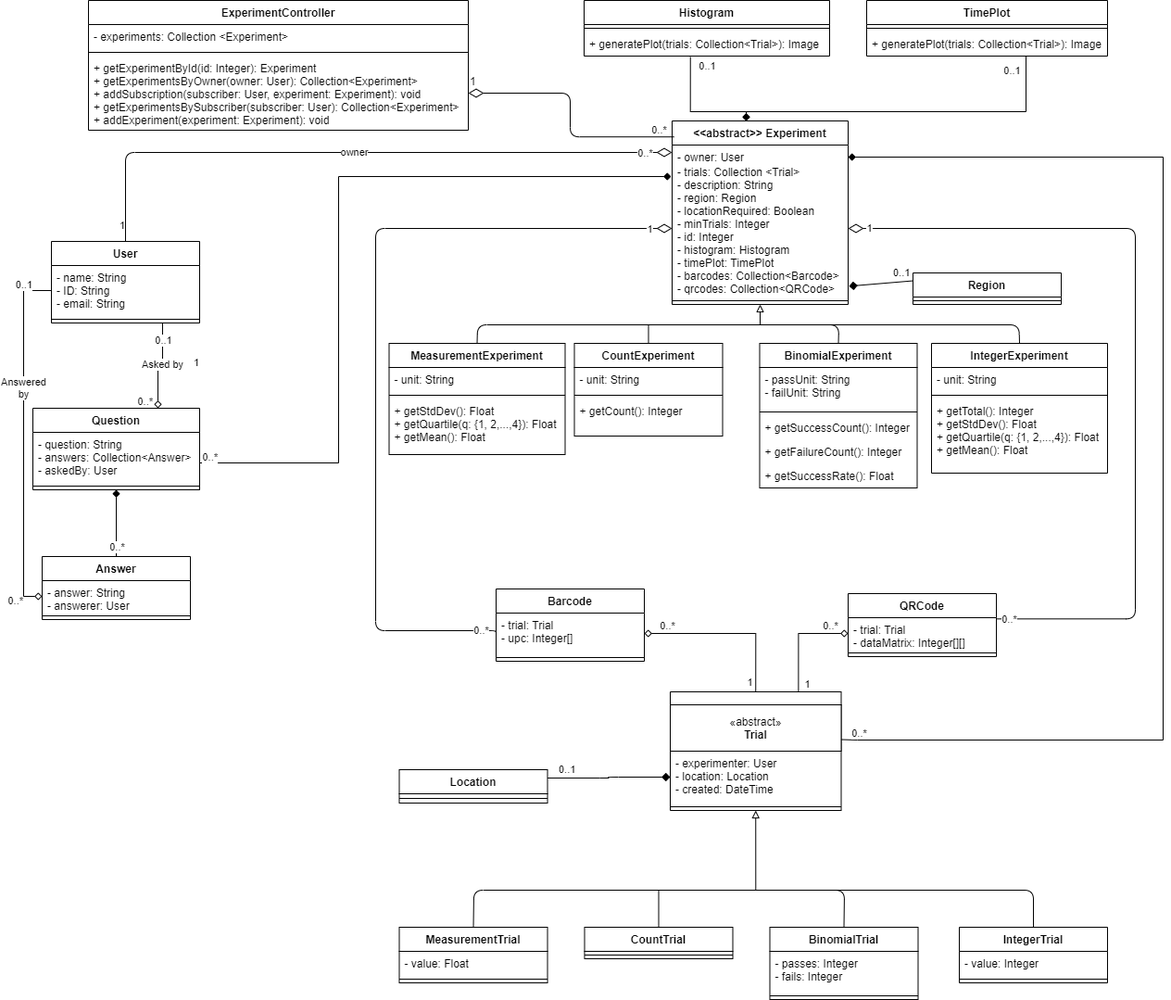
Earlier version of the draw.io export doc/Model_UML.png (CMPUT301W21T05/KrowdTrialz). Source tidied: cells renumbered, new cells last; positions are measured from the earlier drawing's top-left corner, leaving out a move shared by most shapes.
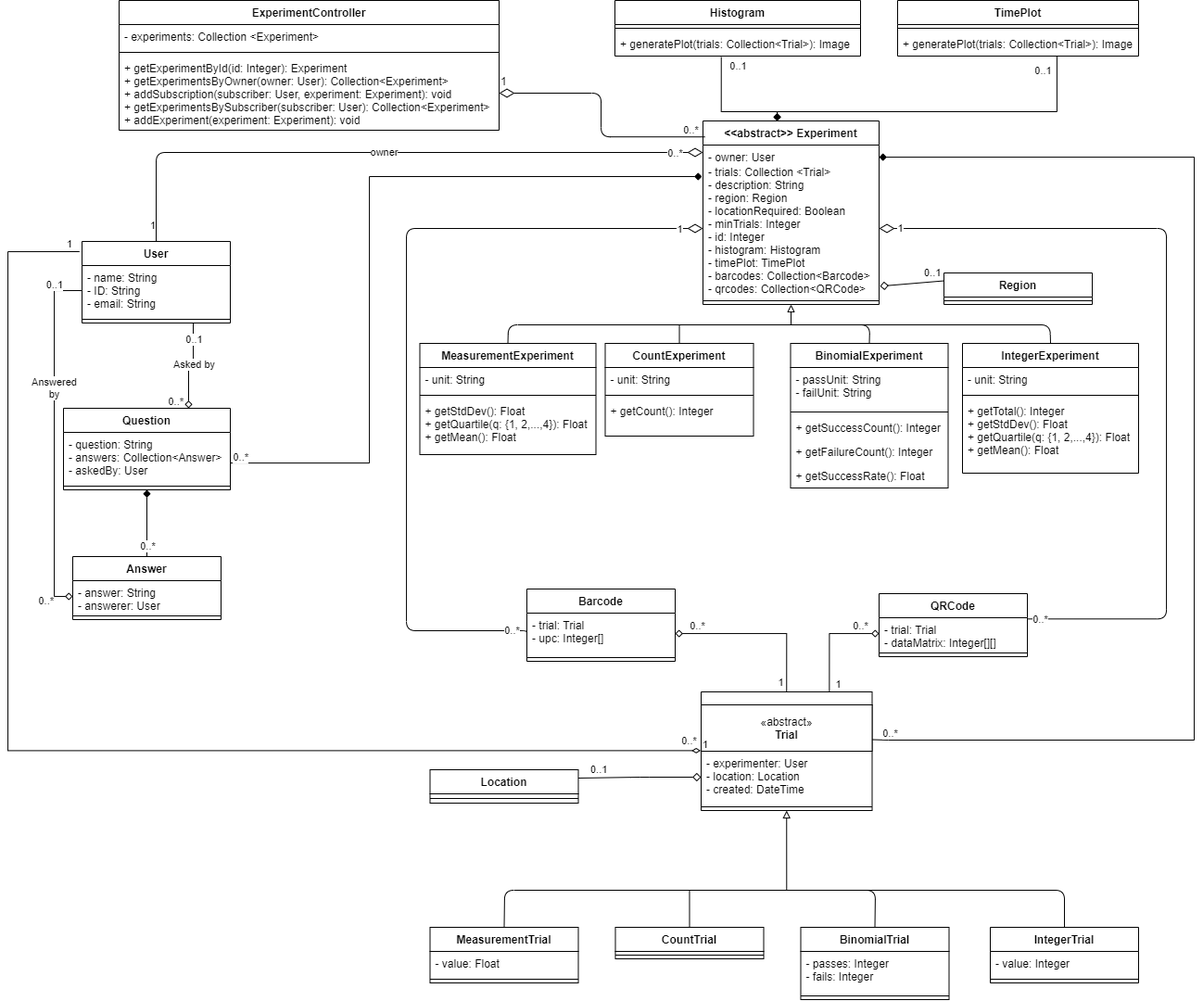
After the commit.

The edit, as a diff of the source:
```diff
@@ -382,7 +382,7 @@
       <mxGeometry y="635" as="geometry" />
     </mxCell>
     <mxCell id="98" value="1" style="edgeLabel;html=1;align=right;verticalAlign=top;" parent="1" vertex="1">
-      <mxGeometry x="190" y="378" as="geometry" />
+      <mxGeometry x="20" y="250" as="geometry" />
     </mxCell>
     <mxCell id="99" value="0..*" style="edgeLabel;html=1;align=right;verticalAlign=top;" parent="1" vertex="1">
       <mxGeometry x="140" y="420" as="geometry" />
@@ -393,7 +393,7 @@
     <mxCell id="101" style="line;strokeWidth=1;fillColor=none;align=left;verticalAlign=middle;spacingTop=-1;spacingLeft=3;spacingRight=3;labelPosition=right;" parent="100" vertex="1">
       <mxGeometry y="26" width="160" height="8" as="geometry" />
     </mxCell>
-    <mxCell id="102" value="&lt;div&gt;0..1&lt;/div&gt;" style="endArrow=none;html=1;endSize=12;startArrow=diamond;startSize=7;startFill=1;align=left;verticalAlign=bottom;exitX=1.005;exitY=0.921;exitDx=0;exitDy=0;exitPerimeter=0;endFill=0;entryX=0;entryY=0.25;entryDx=0;entryDy=0;" parent="1" edge="1" source="7" target="100">
+    <mxCell id="102" value="&lt;div&gt;0..1&lt;/div&gt;" style="endArrow=none;html=1;endSize=12;startArrow=diamond;startSize=7;startFill=0;align=left;verticalAlign=bottom;exitX=1.005;exitY=0.921;exitDx=0;exitDy=0;exitPerimeter=0;endFill=0;entryX=0;entryY=0.25;entryDx=0;entryDy=0;" parent="1" edge="1" source="7" target="100">
       <mxGeometry x="0.33" y="1" relative="1" as="geometry" />
     </mxCell>
     <mxCell id="103" value="Location" style="swimlane;fontStyle=1;align=center;verticalAlign=top;horizontal=1;startSize=26;" parent="1" vertex="1">
@@ -402,7 +402,7 @@
     <mxCell id="104" style="line;strokeWidth=1;fillColor=none;align=left;verticalAlign=middle;spacingTop=-1;spacingLeft=3;spacingRight=3;labelPosition=right;" parent="103" vertex="1">
       <mxGeometry y="26" width="160" height="10" as="geometry" />
     </mxCell>
-    <mxCell id="105" value="&lt;div&gt;0..1&lt;/div&gt;" style="endArrow=none;html=1;endSize=12;startArrow=diamond;startSize=7;startFill=1;edgeStyle=orthogonalEdgeStyle;align=left;verticalAlign=bottom;exitX=0;exitY=0.5;exitDx=0;exitDy=0;endFill=0;entryX=1;entryY=0.25;entryDx=0;entryDy=0;" parent="1" edge="1" source="37" target="103">
+    <mxCell id="105" value="&lt;div&gt;0..1&lt;/div&gt;" style="endArrow=none;html=1;endSize=12;startArrow=diamond;startSize=7;startFill=0;edgeStyle=orthogonalEdgeStyle;align=left;verticalAlign=bottom;exitX=0;exitY=0.5;exitDx=0;exitDy=0;endFill=0;entryX=1;entryY=0.25;entryDx=0;entryDy=0;" parent="1" edge="1" source="37" target="103">
       <mxGeometry x="0.84" relative="1" as="geometry" />
     </mxCell>
     <mxCell id="106" value="1" style="endArrow=none;html=1;endSize=12;startArrow=diamondThin;startSize=14;startFill=0;edgeStyle=orthogonalEdgeStyle;align=left;verticalAlign=bottom;fontSize=12;endFill=0;exitX=1;exitY=0.5;exitDx=0;exitDy=0;entryX=0.011;entryY=0.087;entryDx=0;entryDy=0;entryPerimeter=0;" parent="1" edge="1" source="89" target="5">
@@ -442,5 +442,18 @@
     <mxCell id="113" value="1" style="edgeLabel;html=1;align=center;verticalAlign=middle;" parent="111" vertex="1">
       <mxGeometry x="-0.95" y="1" relative="1" as="geometry" />
     </mxCell>
+    <mxCell id="114" value="1" style="endArrow=none;html=1;endSize=12;startArrow=diamondThin;startSize=7;startFill=0;edgeStyle=orthogonalEdgeStyle;align=left;verticalAlign=bottom;endFill=0;exitX=-0.002;exitY=-0.011;exitDx=0;exitDy=0;exitPerimeter=0;rounded=0;entryX=-0.017;entryY=0.125;entryDx=0;entryDy=0;entryPerimeter=0;" parent="1" edge="1" source="37" target="13">
+      <mxGeometry x="-1" y="3" relative="1" as="geometry">
+        <Array as="points">
+          <mxPoint x="-50" y="809" />
+          <mxPoint x="-50" y="271" />
+        </Array>
+      </mxGeometry>
+    </mxCell>
+    <mxCell id="115" value="0..*" style="edgeLabel;html=1;align=center;verticalAlign=middle;" parent="1" vertex="1">
+      <mxGeometry x="450" y="680" as="geometry">
+        <mxPoint x="234" y="118" as="offset" />
+      </mxGeometry>
+    </mxCell>
   </root>
 </mxGraphModel>
```
